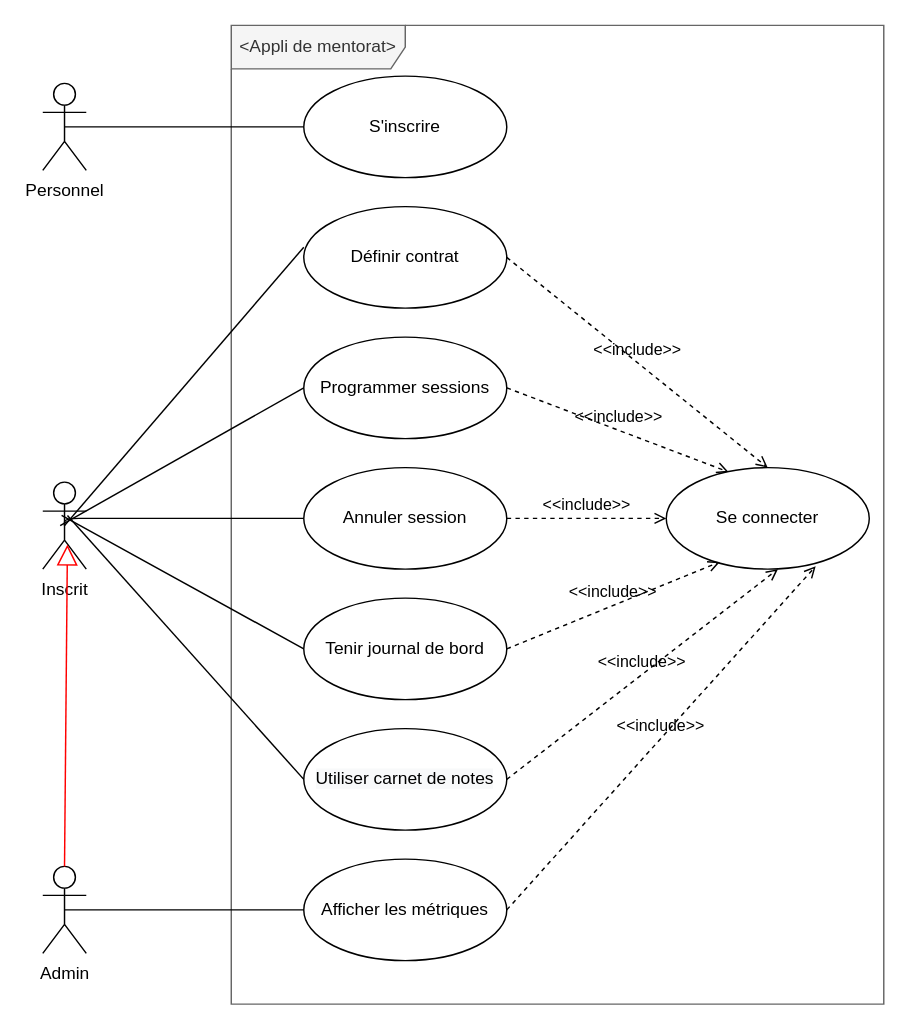
Above: page "User stories" (1 of 8) of UseCasesDiagram.drawio in emmo78/Project_ConceptionOfMentorApp (draw.io), before the change. Source tidied: cells renumbered, new cells numbered last; positions are measured from the earlier drawing's top-left corner, leaving out a move shared by most shapes. Both pictures are drawn from the tidied source at 145%, with x=0, y=0 at pixel (42, 25).
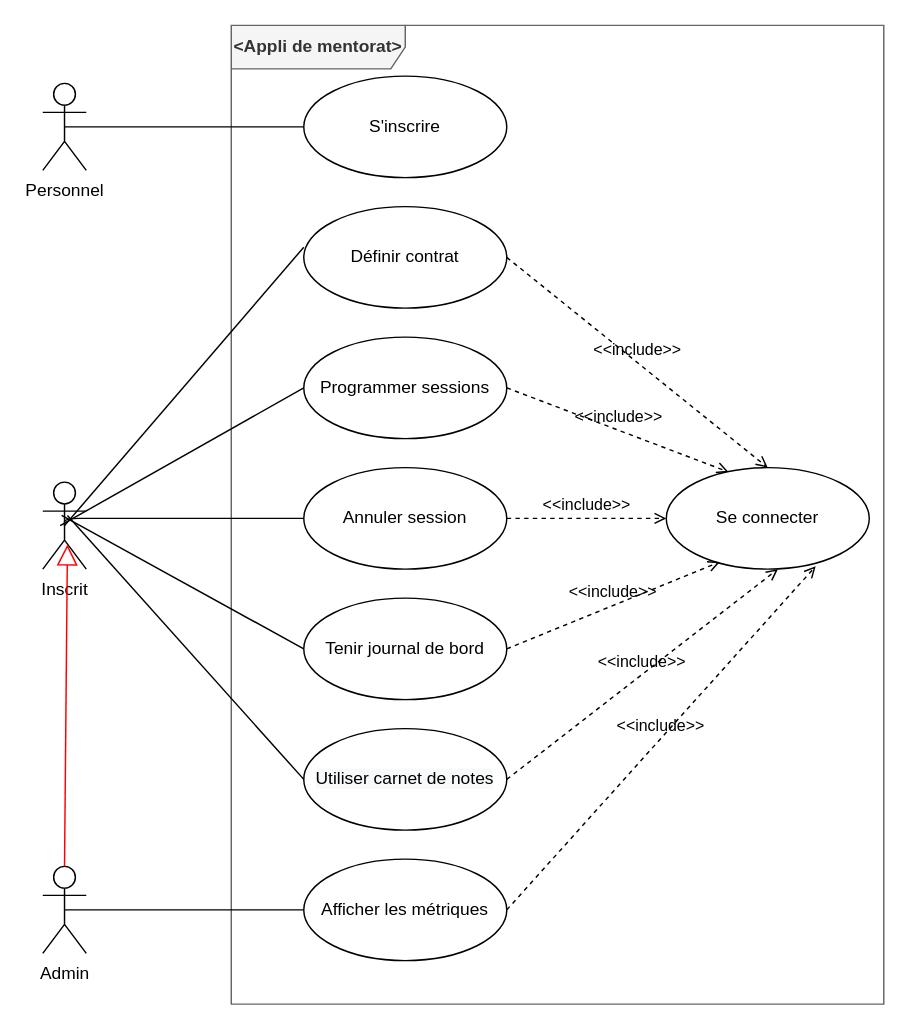
After the change.

What changed in the source:
```diff
@@
-    <mxCell id="2" value="&amp;lt;Appli de mentorat&amp;gt;" style="shape=umlFrame;whiteSpace=wrap;html=1;width=120;height=30;fillColor=#f5f5f5;strokeColor=#666666;fontColor=#333333;" parent="1" vertex="1">
+    <mxCell id="2" value="&lt;b&gt;&amp;lt;Appli de mentorat&amp;gt;&lt;/b&gt;" style="shape=umlFrame;whiteSpace=wrap;html=1;width=120;height=30;fillColor=#f5f5f5;strokeColor=#666666;fontColor=#333333;" parent="1" vertex="1">
       <mxGeometry x="130" width="450" height="675" as="geometry" />
     </mxCell>
```
